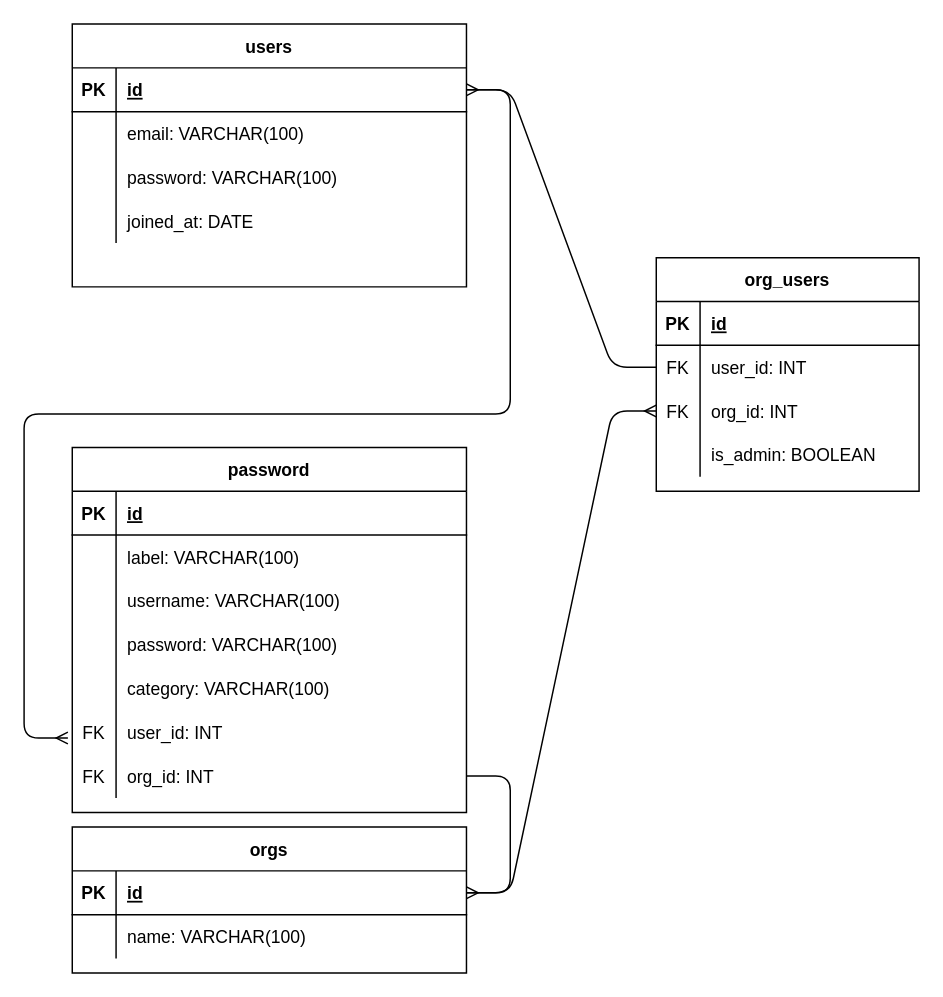
The draw.io diagram planning/PasswordKeepR_ERD.drawio in mar10outof10/PasswordKeepR, before the edit. Source tidied: cells renumbered, new cells numbered last; positions are measured from the earlier drawing's top-left corner, leaving out a move shared by most shapes. Both pictures are drawn from the tidied source at 146%, with x=0, y=0 at pixel (67, 23).
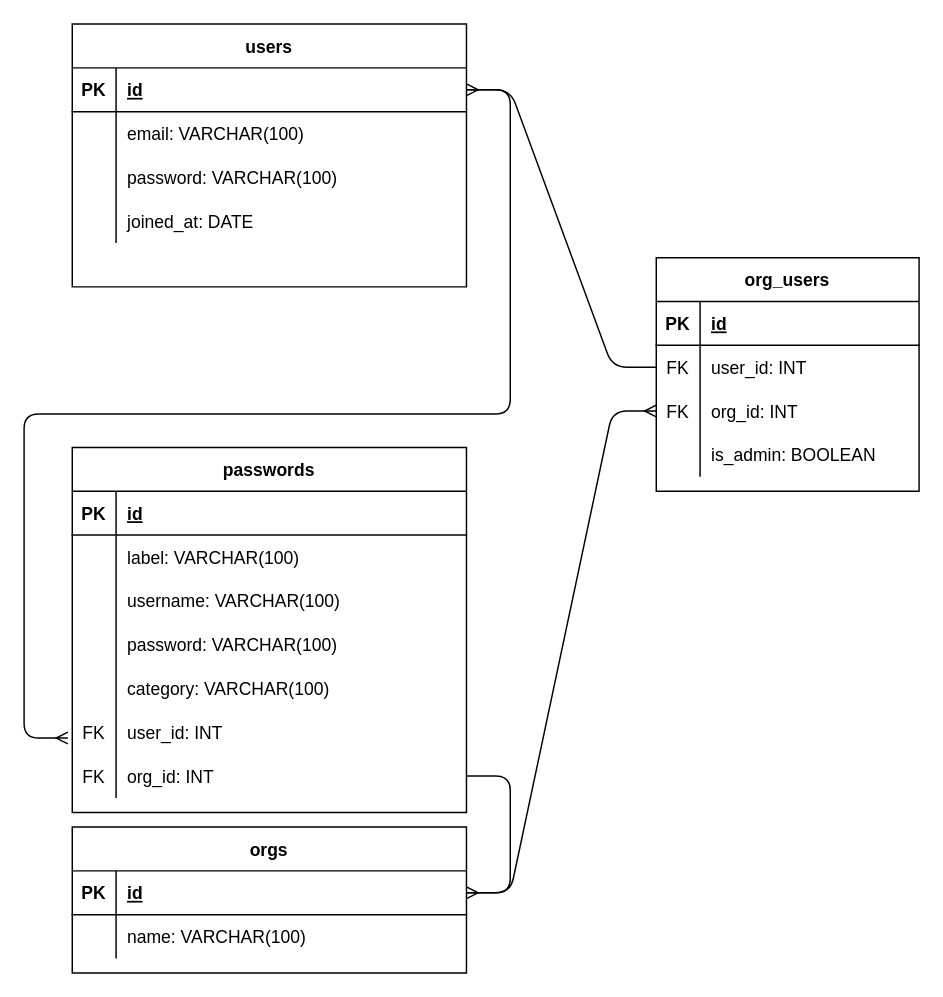
After the change.

Commit message (it also covers changes not shown here):
rename password -> passwords

The edit, as a diff of the source:
```diff
@@
-    <mxCell id="15" value="password" style="shape=table;startSize=30;childLayout=tableLayout;rowLines=0;fontStyle=1;align=center;" parent="1" vertex="1">
+    <mxCell id="15" value="passwords" style="shape=table;startSize=30;childLayout=tableLayout;rowLines=0;fontStyle=1;align=center;" parent="1" vertex="1">
       <mxGeometry x="3" y="290" width="270" height="250" as="geometry" />
     </mxCell>
```
